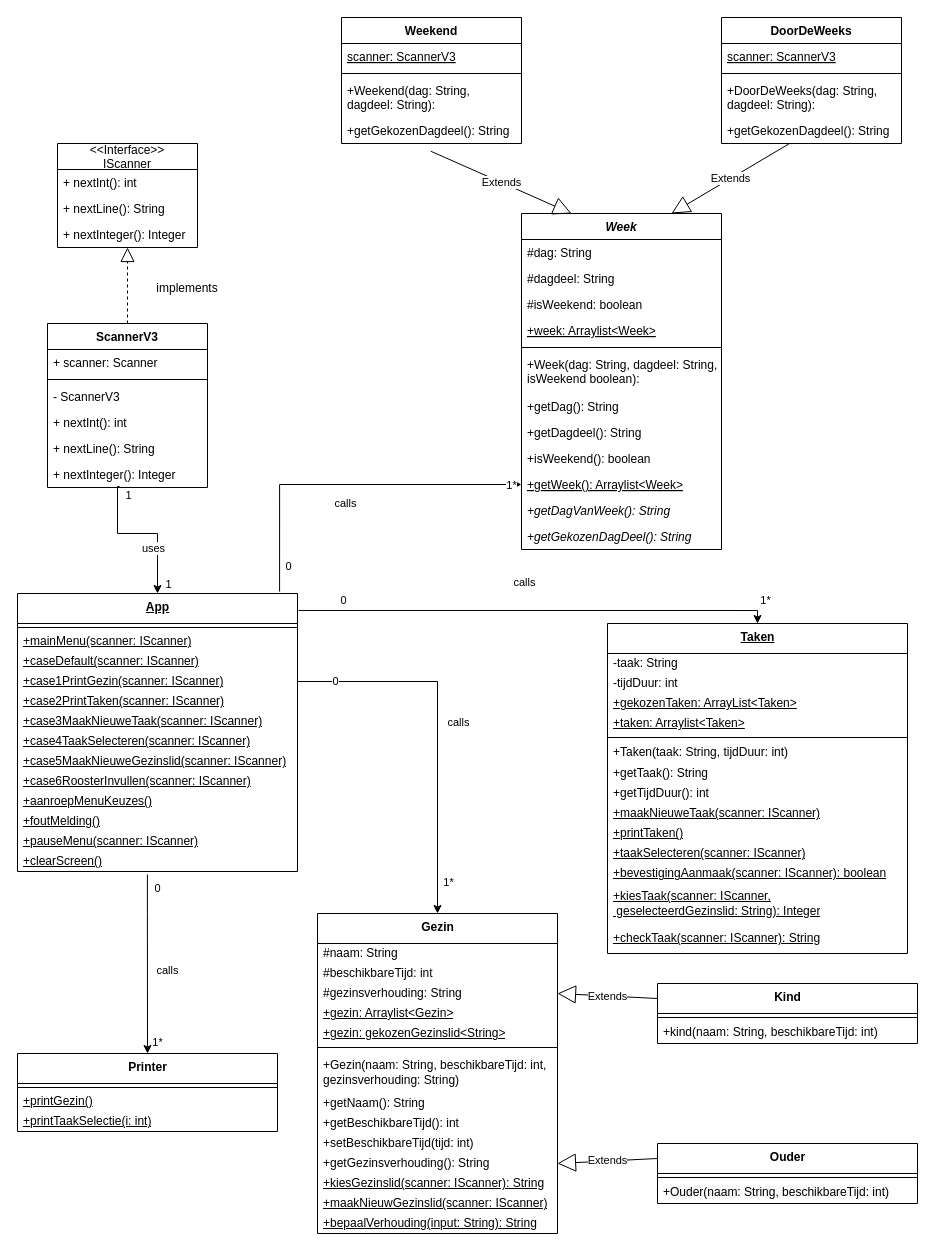
Above: uml.drawio in WesselMH/Roostermaker (draw.io), before the change. Source tidied: cells renumbered, new cells numbered last; positions are measured from the earlier drawing's top-left corner, leaving out a move shared by most shapes. Both pictures are drawn from the tidied source at 100%, with x=0, y=0 at pixel (17, 17).
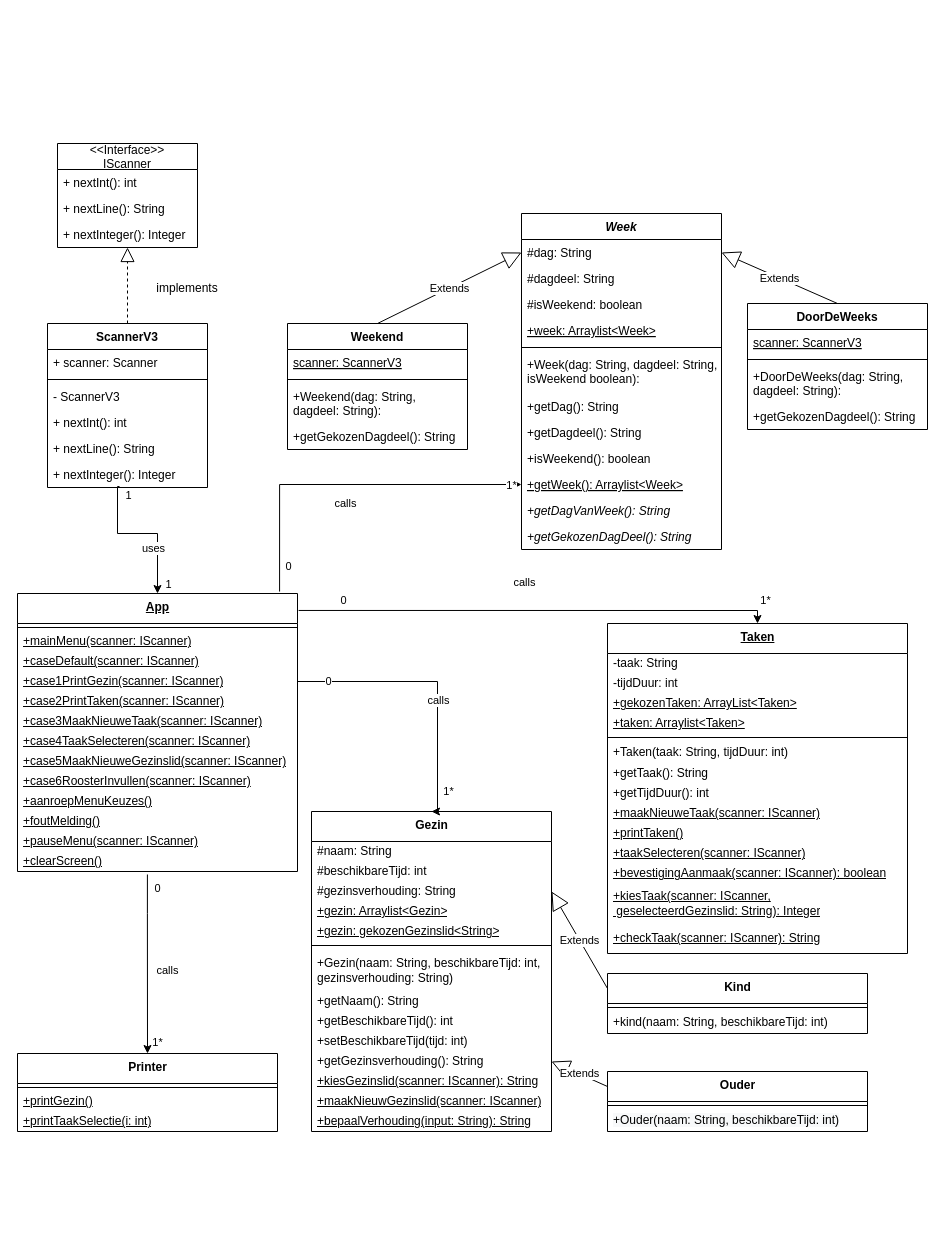
The same page after the edit.

Unchanged cells that the change refers to:
```xml
<mxCell id="79" value="Week" style="swimlane;fontStyle=3;align=center;verticalAlign=top;horizontal=1;startSize=26;" parent="1" vertex="1">
  <mxGeometry x="504" y="196" width="200" height="336" as="geometry" />
</mxCell>
<mxCell id="80" value="#dag: String" style="text;strokeColor=none;fillColor=none;align=left;verticalAlign=top;spacingLeft=4;spacingRight=4;overflow=hidden;points=[[0,0.5],[1,0.5]];portConstraint=eastwest;" parent="79" vertex="1">
  <mxGeometry y="26" width="200" height="26" as="geometry" />
</mxCell>
<mxCell id="96" value="+getGekozenDagdeel(): String" style="text;strokeColor=none;fillColor=none;align=left;verticalAlign=top;spacingLeft=4;spacingRight=4;overflow=hidden;points=[[0,0.5],[1,0.5]];portConstraint=eastwest;" parent="92" vertex="1">
  <mxGeometry y="100" width="180" height="26" as="geometry" />
</mxCell>
<mxCell id="101" value="+getGekozenDagdeel(): String" style="text;strokeColor=none;fillColor=none;align=left;verticalAlign=top;spacingLeft=4;spacingRight=4;overflow=hidden;points=[[0,0.5],[1,0.5]];portConstraint=eastwest;" parent="97" vertex="1">
  <mxGeometry y="100" width="180" height="26" as="geometry" />
</mxCell>
```

The edit, as a diff of the source:
```diff
@@
     <mxCell id="17" value="&lt;b&gt;Gezin&lt;/b&gt;" style="swimlane;fontStyle=0;align=center;verticalAlign=top;horizontal=1;startSize=30;html=1;" parent="1" vertex="1">
-      <mxGeometry x="300" y="896" width="240" height="320" as="geometry" />
+      <mxGeometry x="294" y="794" width="240" height="320" as="geometry" />
     </mxCell>
@@
     <mxCell id="32" value="&lt;b&gt;Kind&lt;/b&gt;" style="swimlane;fontStyle=0;align=center;verticalAlign=top;horizontal=1;startSize=30;html=1;" parent="1" vertex="1">
-      <mxGeometry x="640" y="966" width="260" height="60" as="geometry" />
+      <mxGeometry x="590" y="956" width="260" height="60" as="geometry" />
     </mxCell>
@@
     <mxCell id="35" value="&lt;b&gt;Ouder&lt;/b&gt;" style="swimlane;fontStyle=0;align=center;verticalAlign=top;horizontal=1;startSize=30;html=1;" parent="1" vertex="1">
-      <mxGeometry x="640" y="1126" width="260" height="60" as="geometry" />
+      <mxGeometry x="590" y="1054" width="260" height="60" as="geometry" />
     </mxCell>
@@
     <mxCell id="92" value="DoorDeWeeks" style="swimlane;fontStyle=1;align=center;verticalAlign=top;horizontal=1;startSize=26;" parent="1" vertex="1">
-      <mxGeometry x="704" width="180" height="126" as="geometry" />
+      <mxGeometry x="730" y="286" width="180" height="126" as="geometry" />
     </mxCell>
@@
     <mxCell id="97" value="Weekend" style="swimlane;fontStyle=1;align=center;verticalAlign=top;horizontal=1;startSize=26;" parent="1" vertex="1">
-      <mxGeometry x="324" width="180" height="126" as="geometry" />
+      <mxGeometry x="270" y="306" width="180" height="126" as="geometry" />
     </mxCell>
@@
-    <mxCell id="102" value="Extends" style="endArrow=block;endSize=16;endFill=0;html=1;exitX=0.496;exitY=1.297;exitDx=0;exitDy=0;entryX=0.25;entryY=0;entryDx=0;entryDy=0;exitPerimeter=0;" parent="1" edge="1" source="101" target="79">
+    <mxCell id="102" value="Extends" style="endArrow=block;endSize=16;endFill=0;html=1;exitX=0.5;exitY=0;exitDx=0;exitDy=0;entryX=0;entryY=0.5;entryDx=0;entryDy=0;" parent="1" edge="1" source="97" target="80">
       <mxGeometry relative="1" as="geometry" />
     </mxCell>
-    <mxCell id="103" value="Extends" style="endArrow=block;endSize=16;endFill=0;html=1;entryX=0.75;entryY=0;entryDx=0;entryDy=0;" parent="1" edge="1" source="96" target="79">
+    <mxCell id="103" value="Extends" style="endArrow=block;endSize=16;endFill=0;html=1;entryX=1;entryY=0.5;entryDx=0;entryDy=0;exitX=0.5;exitY=0;exitDx=0;exitDy=0;" parent="1" edge="1" source="92" target="80">
       <mxGeometry relative="1" as="geometry" />
     </mxCell>
```
